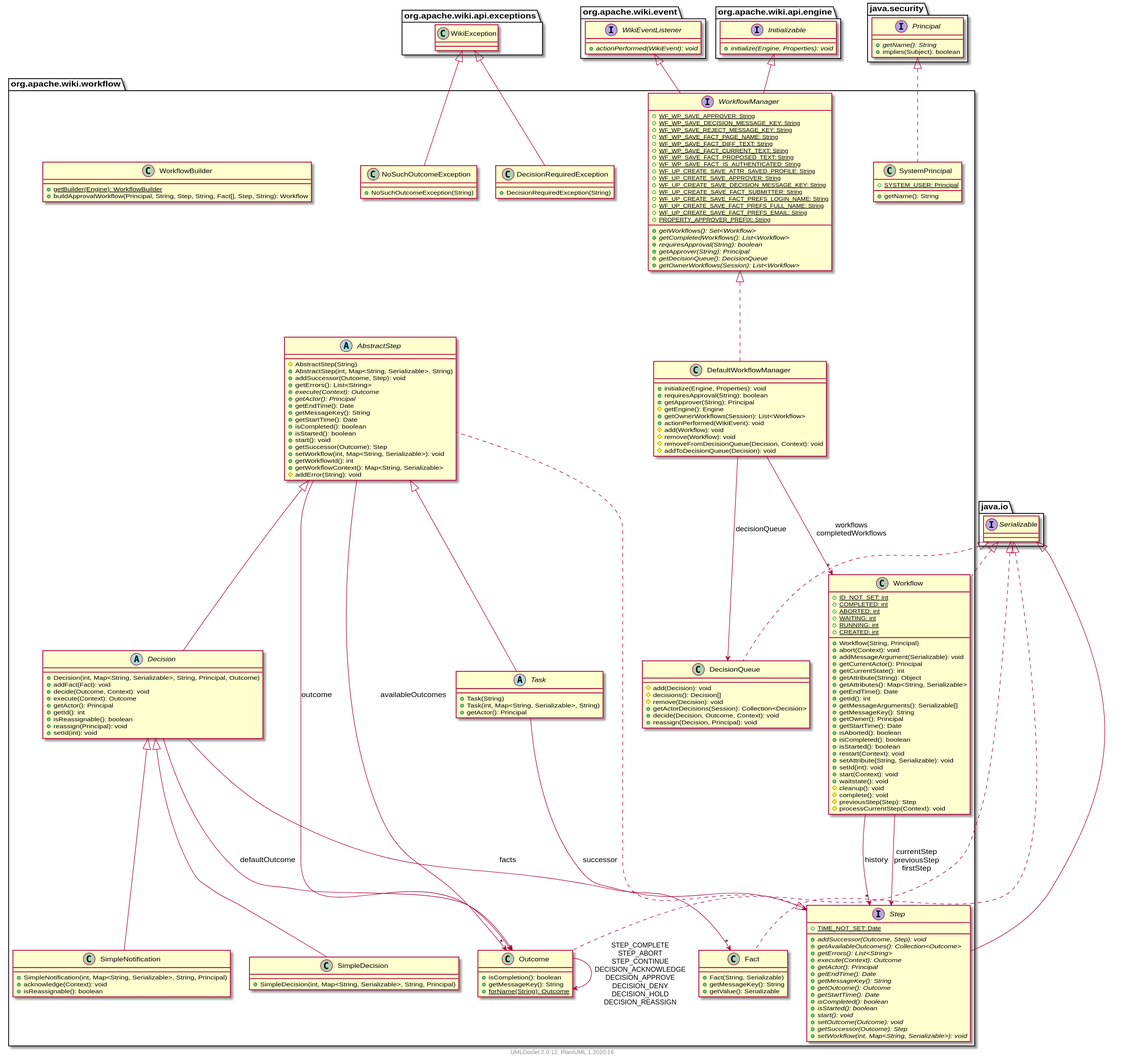
Above: apidocs/2.11.0-SNAPSHOT/org/apache/wiki/workflow/package.svg in apache/jspwiki-site (PlantUML), before the change.
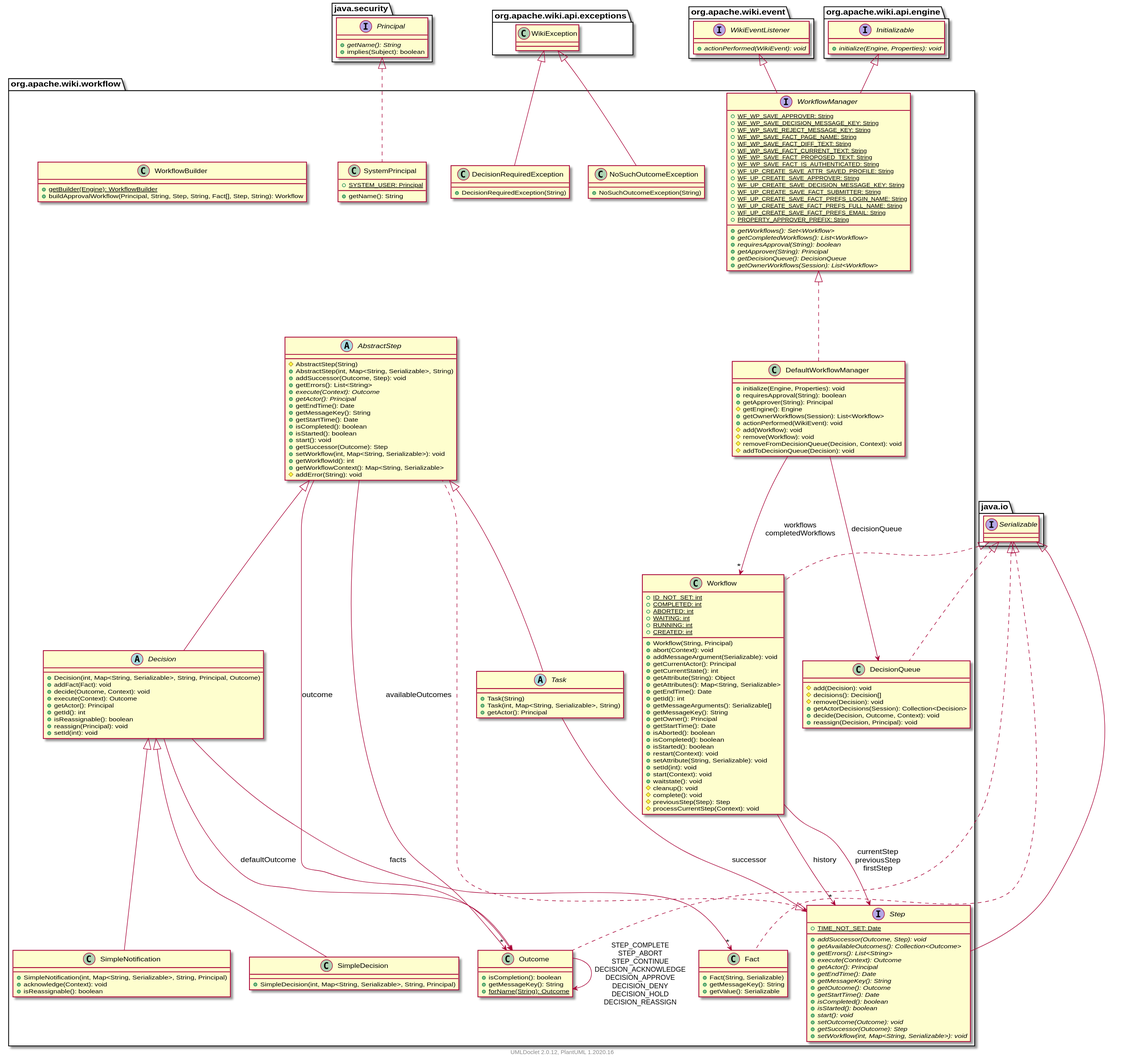
After the commit.

The edit, as a diff of the source:
```diff
@@ -1,64 +1,15 @@
 @startuml
     namespace org.apache.wiki.workflow {
 
-        class SimpleDecision [[SimpleDecision.html]] {
-            +SimpleDecision(int, Map<String, Serializable>, String, Principal)
+        class SimpleNotification [[SimpleNotification.html]] {
+            +SimpleNotification(int, Map<String, Serializable>, String, Principal)
+            +acknowledge(Context): void
+            +isReassignable(): boolean
         }
 
-        class NoSuchOutcomeException [[NoSuchOutcomeException.html]] {
-            +NoSuchOutcomeException(String)
-        }
-
-        abstract class Task [[Task.html]] {
-            +Task(String)
-            +Task(int, Map<String, Serializable>, String)
-            +getActor(): Principal
-        }
-
-        abstract class AbstractStep [[AbstractStep.html]] {
-            #AbstractStep(String)
-            +AbstractStep(int, Map<String, Serializable>, String)
-            +addSuccessor(Outcome, Step): void
-            +getErrors(): List<String>
-            {abstract} +execute(Context): Outcome
-            {abstract} +getActor(): Principal
-            +getEndTime(): Date
-            +getMessageKey(): String
-            +getStartTime(): Date
-            +isCompleted(): boolean
-            +isStarted(): boolean
-            +start(): void
-            +getSuccessor(Outcome): Step
-            +setWorkflow(int, Map<String, Serializable>): void
-            +getWorkflowId(): int
-            +getWorkflowContext(): Map<String, Serializable>
-            #addError(String): void
-        }
-
-        class DecisionQueue [[DecisionQueue.html]] {
-            #add(Decision): void
-            #decisions(): Decision[]
-            #remove(Decision): void
-            +getActorDecisions(Session): Collection<Decision>
-            +decide(Decision, Outcome, Context): void
-            +reassign(Decision, Principal): void
-        }
-
-        class DecisionRequiredException [[DecisionRequiredException.html]] {
-            +DecisionRequiredException(String)
-        }
-
-        class DefaultWorkflowManager [[DefaultWorkflowManager.html]] {
-            +initialize(Engine, Properties): void
-            +requiresApproval(String): boolean
-            +getApprover(String): Principal
-            #getEngine(): Engine
-            +getOwnerWorkflows(Session): List<Workflow>
-            +actionPerformed(WikiEvent): void
-            #add(Workflow): void
-            #remove(Workflow): void
-            #removeFromDecisionQueue(Decision, Context): void
-            #addToDecisionQueue(Decision): void
+        class SystemPrincipal [[SystemPrincipal.html]] {
+            {static} +SYSTEM_USER: Principal
+            +getName(): String
         }
 
         class Workflow [[Workflow.html]] {
@@ -95,10 +46,22 @@
             #processCurrentStep(Context): void
         }
 
+        class DecisionRequiredException [[DecisionRequiredException.html]] {
+            +DecisionRequiredException(String)
+        }
+
         class Outcome [[Outcome.html]] {
             +isCompletion(): boolean
             +getMessageKey(): String
             {static} +forName(String): Outcome
+        }
+
+        class SimpleDecision [[SimpleDecision.html]] {
+            +SimpleDecision(int, Map<String, Serializable>, String, Principal)
+        }
+
+        class NoSuchOutcomeException [[NoSuchOutcomeException.html]] {
+            +NoSuchOutcomeException(String)
         }
 
         interface Step [[Step.html]] {
@@ -145,21 +108,54 @@
             {abstract} +getOwnerWorkflows(Session): List<Workflow>
         }
 
-        class SimpleNotification [[SimpleNotification.html]] {
-            +SimpleNotification(int, Map<String, Serializable>, String, Principal)
-            +acknowledge(Context): void
-            +isReassignable(): boolean
+        abstract class Task [[Task.html]] {
+            +Task(String)
+            +Task(int, Map<String, Serializable>, String)
+            +getActor(): Principal
         }
 
-        class SystemPrincipal [[SystemPrincipal.html]] {
-            {static} +SYSTEM_USER: Principal
-            +getName(): String
+        class DefaultWorkflowManager [[DefaultWorkflowManager.html]] {
+            +initialize(Engine, Properties): void
+            +requiresApproval(String): boolean
+            +getApprover(String): Principal
+            #getEngine(): Engine
+            +getOwnerWorkflows(Session): List<Workflow>
+            +actionPerformed(WikiEvent): void
+            #add(Workflow): void
+            #remove(Workflow): void
+            #removeFromDecisionQueue(Decision, Context): void
+            #addToDecisionQueue(Decision): void
         }
 
         class Fact [[Fact.html]] {
             +Fact(String, Serializable)
             +getMessageKey(): String
             +getValue(): Serializable
+        }
+
+        class WorkflowBuilder [[WorkflowBuilder.html]] {
+            {static} +getBuilder(Engine): WorkflowBuilder
+            +buildApprovalWorkflow(Principal, String, Step, String, Fact[], Step, String): Workflow
+        }
+
+        abstract class AbstractStep [[AbstractStep.html]] {
+            #AbstractStep(String)
+            +AbstractStep(int, Map<String, Serializable>, String)
+            +addSuccessor(Outcome, Step): void
+            +getErrors(): List<String>
+            {abstract} +execute(Context): Outcome
+            {abstract} +getActor(): Principal
+            +getEndTime(): Date
+            +getMessageKey(): String
+            +getStartTime(): Date
+            +isCompleted(): boolean
+            +isStarted(): boolean
+            +start(): void
+            +getSuccessor(Outcome): Step
+            +setWorkflow(int, Map<String, Serializable>): void
+            +getWorkflowId(): int
+            +getWorkflowContext(): Map<String, Serializable>
+            #addError(String): void
         }
 
         abstract class Decision [[Decision.html]] {
@@ -174,46 +170,57 @@
             +setId(int): void
         }
 
-        class WorkflowBuilder [[WorkflowBuilder.html]] {
-            {static} +getBuilder(Engine): WorkflowBuilder
-            +buildApprovalWorkflow(Principal, String, Step, String, Fact[], Step, String): Workflow
+        class DecisionQueue [[DecisionQueue.html]] {
+            #add(Decision): void
+            #decisions(): Decision[]
+            #remove(Decision): void
+            +getActorDecisions(Session): Collection<Decision>
+            +decide(Decision, Outcome, Context): void
+            +reassign(Decision, Principal): void
         }
 
+        Decision <|-- SimpleNotification
+        java.security.Principal <|.. SystemPrincipal
+        java.io.Serializable <|.. Workflow
+        Workflow --> "*" Step: history
+        Workflow --> Step: currentStep\npreviousStep\nfirstStep
+        org.apache.wiki.api.exceptions.WikiException <|-- DecisionRequiredException
+        java.io.Serializable <|.. Outcome
+        Outcome --> Outcome: STEP_COMPLETE\nSTEP_ABORT\nSTEP_CONTINUE\nDECISION_ACKNOWLEDGE\nDECISION_APPROVE\nDECISION_DENY\nDECISION_HOLD\nDECISION_REASSIGN
         Decision <|-- SimpleDecision
         org.apache.wiki.api.exceptions.WikiException <|-- NoSuchOutcomeException
+        java.io.Serializable <|-- Step
+        org.apache.wiki.event.WikiEventListener <|-- WorkflowManager
+        org.apache.wiki.api.engine.Initializable <|-- WorkflowManager
         AbstractStep <|-- Task
         Task --> Step: successor
+        WorkflowManager <|.. DefaultWorkflowManager
+        DefaultWorkflowManager --> "*" Workflow: workflows\ncompletedWorkflows
+        DefaultWorkflowManager --> DecisionQueue: decisionQueue
+        java.io.Serializable <|.. Fact
         Step <|.. AbstractStep
         AbstractStep --> "*" Outcome: availableOutcomes
         AbstractStep --> Outcome: outcome
-        java.io.Serializable <|.. DecisionQueue
-        org.apache.wiki.api.exceptions.WikiException <|-- DecisionRequiredException
-        WorkflowManager <|.. DefaultWorkflowManager
-        DefaultWorkflowManager --> "*" Workflow: workflows\ncompletedWorkflows
-        DefaultWorkflowManager --> DecisionQueue: decisionQueue
-        java.io.Serializable <|.. Workflow
-        Workflow --> "*" Step: history
-        Workflow --> Step: currentStep\npreviousStep\nfirstStep
-        java.io.Serializable <|.. Outcome
-        Outcome --> Outcome: STEP_COMPLETE\nSTEP_ABORT\nSTEP_CONTINUE\nDECISION_ACKNOWLEDGE\nDECISION_APPROVE\nDECISION_DENY\nDECISION_HOLD\nDECISION_REASSIGN
-        java.io.Serializable <|-- Step
-        org.apache.wiki.event.WikiEventListener <|-- WorkflowManager
-        org.apache.wiki.api.engine.Initializable <|-- WorkflowManager
-        Decision <|-- SimpleNotification
-        java.security.Principal <|.. SystemPrincipal
-        java.io.Serializable <|.. Fact
         AbstractStep <|-- Decision
         Decision --> Outcome: defaultOutcome
         Decision --> "*" Fact: facts
+        java.io.Serializable <|.. DecisionQueue
+    }
+
+    namespace java.security {
+        interface Principal {
+            {abstract} +getName(): String
+            +implies(Subject): boolean
+        }
+    }
+
+    namespace java.io {
+        interface Serializable
     }
 
     namespace org.apache.wiki.api.exceptions {
         class WikiException [[../api/exceptions/WikiException.html]] {
         }
-    }
-
-    namespace java.io {
-        interface Serializable
     }
 
     namespace org.apache.wiki.event {
@@ -228,12 +235,5 @@
         }
     }
 
-    namespace java.security {
-        interface Principal {
-            {abstract} +getName(): String
-            +implies(Subject): boolean
-        }
-    }
-
     center footer UMLDoclet 2.0.12, PlantUML 1.2020.16
 @enduml
```
